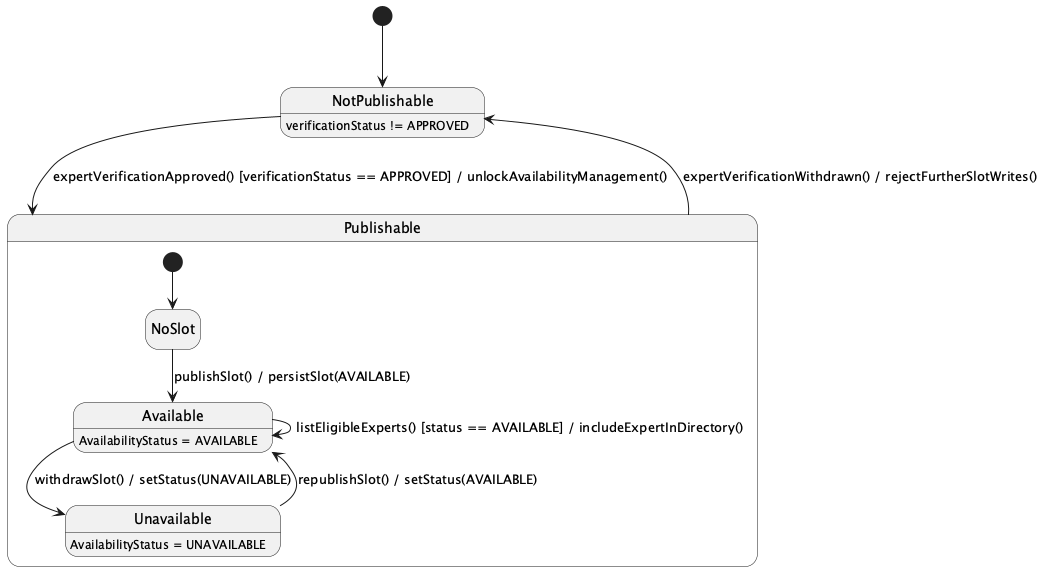
Earlier version of the PlantUML export 03_Design/Detailed_Design/MF05_Verified_Expert_Network/images/02_Expert_Directory_and_Availability_StateChartDiagram.png (ChuongBDHE172784/CareBridge_SEP490_G79).
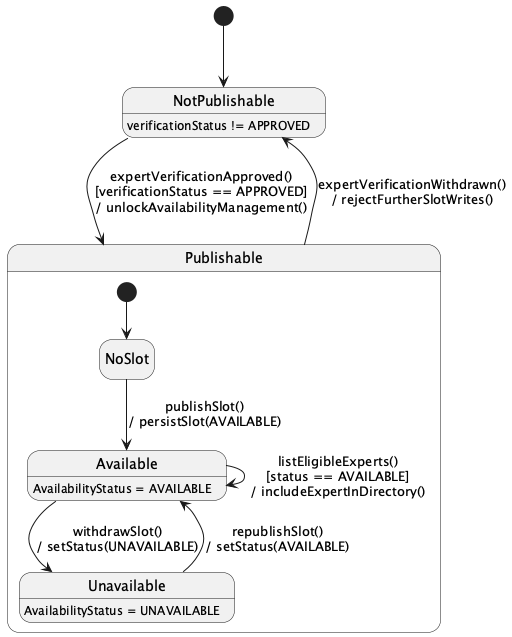
After the commit.

Diff of the diagram source:
```diff
@@ -1,16 +1,16 @@
-@startuml
+@startuml StateChartDiagram_02ExpertDirectoryandAvailability
 hide empty description
 [*] --> NotPublishable
 
-NotPublishable --> Publishable : expertVerificationApproved() [verificationStatus == APPROVED] / unlockAvailabilityManagement()
-Publishable --> NotPublishable : expertVerificationWithdrawn() / rejectFurtherSlotWrites()
+NotPublishable --> Publishable : expertVerificationApproved()\n[verificationStatus == APPROVED]\n/ unlockAvailabilityManagement()
+Publishable --> NotPublishable : expertVerificationWithdrawn()\n/ rejectFurtherSlotWrites()
 
 state Publishable {
   [*] --> NoSlot
-  NoSlot --> Available : publishSlot() / persistSlot(AVAILABLE)
-  Available --> Unavailable : withdrawSlot() / setStatus(UNAVAILABLE)
-  Unavailable --> Available : republishSlot() / setStatus(AVAILABLE)
-  Available --> Available : listEligibleExperts() [status == AVAILABLE] / includeExpertInDirectory()
+  NoSlot --> Available : publishSlot()\n/ persistSlot(AVAILABLE)
+  Available --> Unavailable : withdrawSlot()\n/ setStatus(UNAVAILABLE)
+  Unavailable --> Available : republishSlot()\n/ setStatus(AVAILABLE)
+  Available --> Available : listEligibleExperts()\n[status == AVAILABLE]\n/ includeExpertInDirectory()
 }
 
 NotPublishable : verificationStatus != APPROVED
```
